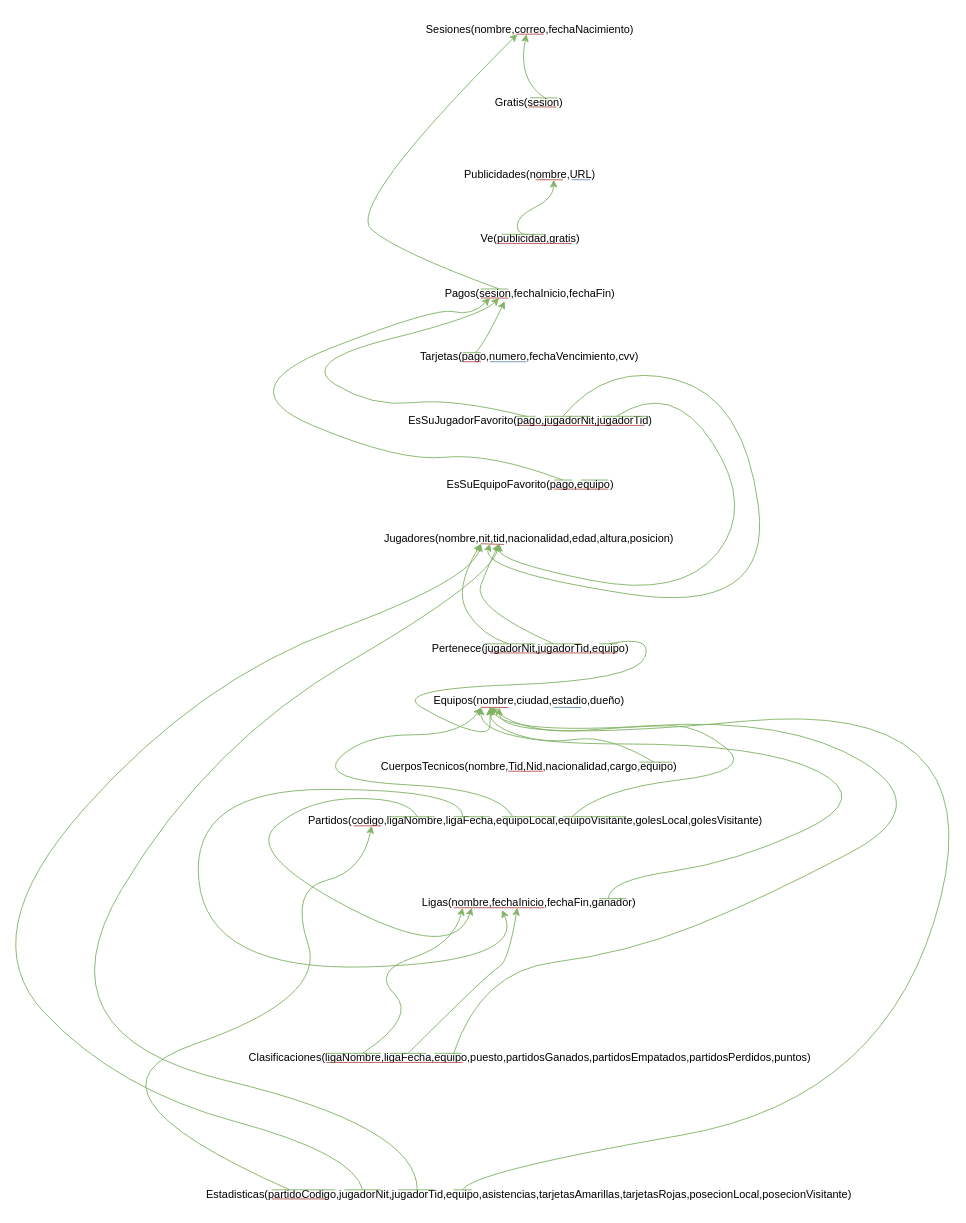
Before: ModeloMiniProyecto.drawio in marzo245/Chicuazuque-Zambrano2024-1, a draw.io diagram. Source tidied: cells renumbered, new cells numbered last; positions are measured from the earlier drawing's top-left corner, leaving out a move shared by most shapes. Both pictures are drawn from the tidied source at 91%, with x=0, y=0 at pixel (-29, 15).
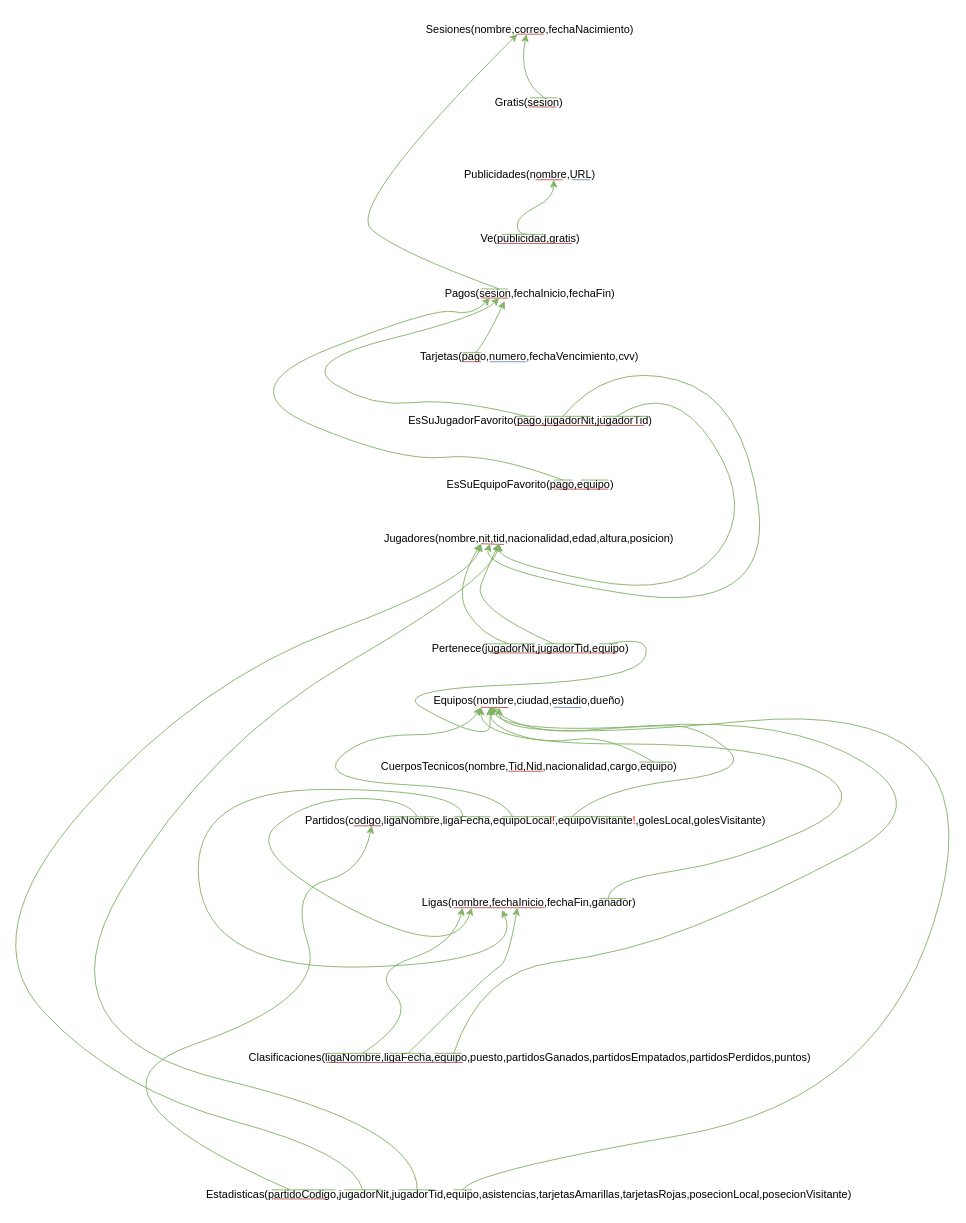
Above is the later version.

Change to the diagram source:
```diff
@@
-    <mxCell id="5" value="Partidos(codigo,ligaNombre,ligaFecha,equipoLocal,equipoVisitante,golesLocal,golesVisitante)" style="text;html=1;align=center;verticalAlign=middle;whiteSpace=wrap;rounded=0;" parent="1" vertex="1">
+    <mxCell id="5" value="Partidos(codigo,ligaNombre,ligaFecha,equipoLocal&lt;font color=&quot;#ff0303&quot;&gt;!&lt;/font&gt;,equipoVisitante&lt;font color=&quot;#ff0000&quot;&gt;!&lt;/font&gt;,golesLocal,golesVisitante)" style="text;html=1;align=center;verticalAlign=middle;whiteSpace=wrap;rounded=0;" parent="1" vertex="1">
       <mxGeometry x="590" y="870" width="60" height="30" as="geometry" />
     </mxCell>
```
